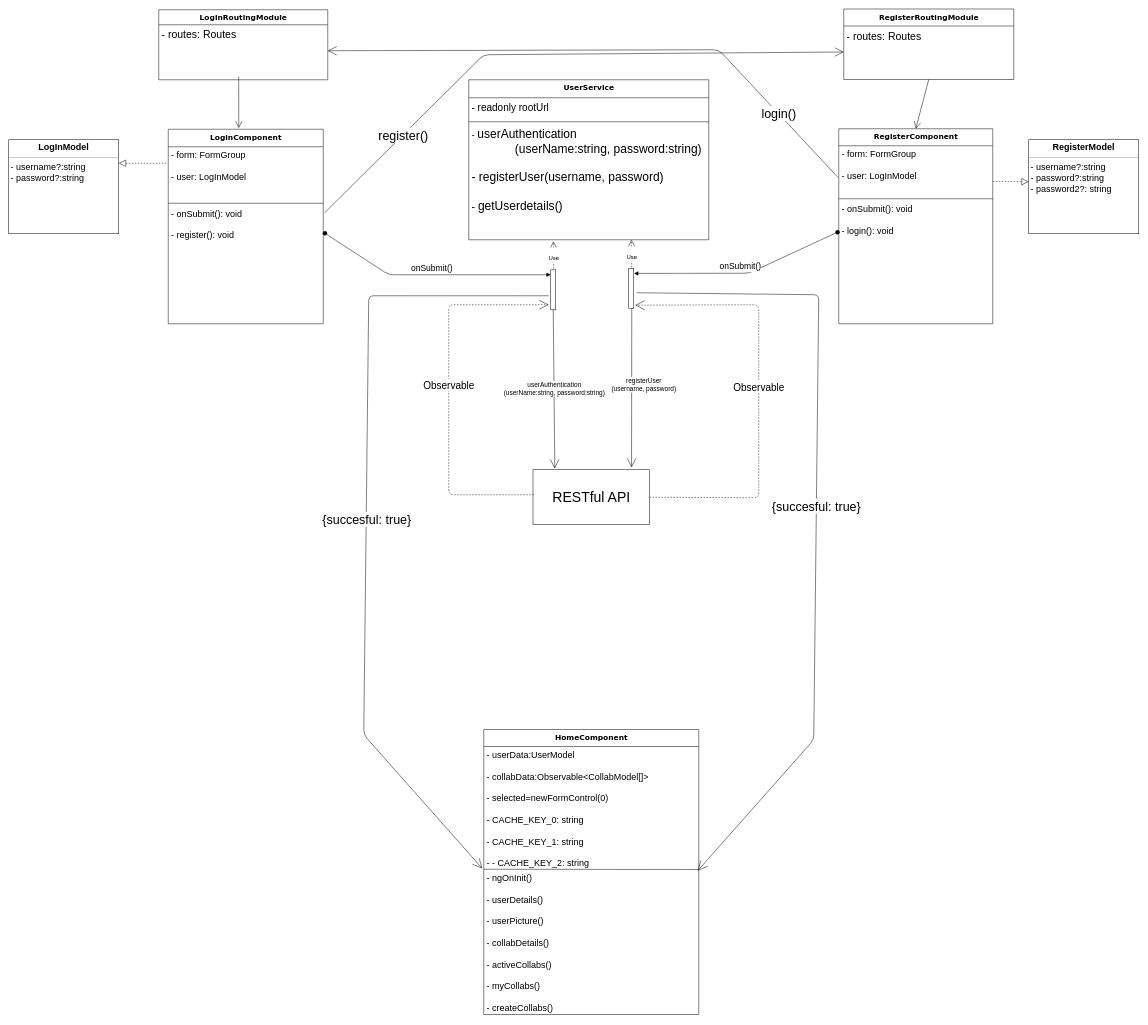
This is page "Page-2" (2 of 4) of Untitled Diagram.drawio from Ed1196/myList, a draw.io file, before an edit. Source tidied: cells renumbered, new cells numbered last; positions are measured from the earlier drawing's top-left corner, leaving out a move shared by most shapes. Both pictures are drawn from the tidied source at 50%, with x=0, y=0 at pixel (8, 8).
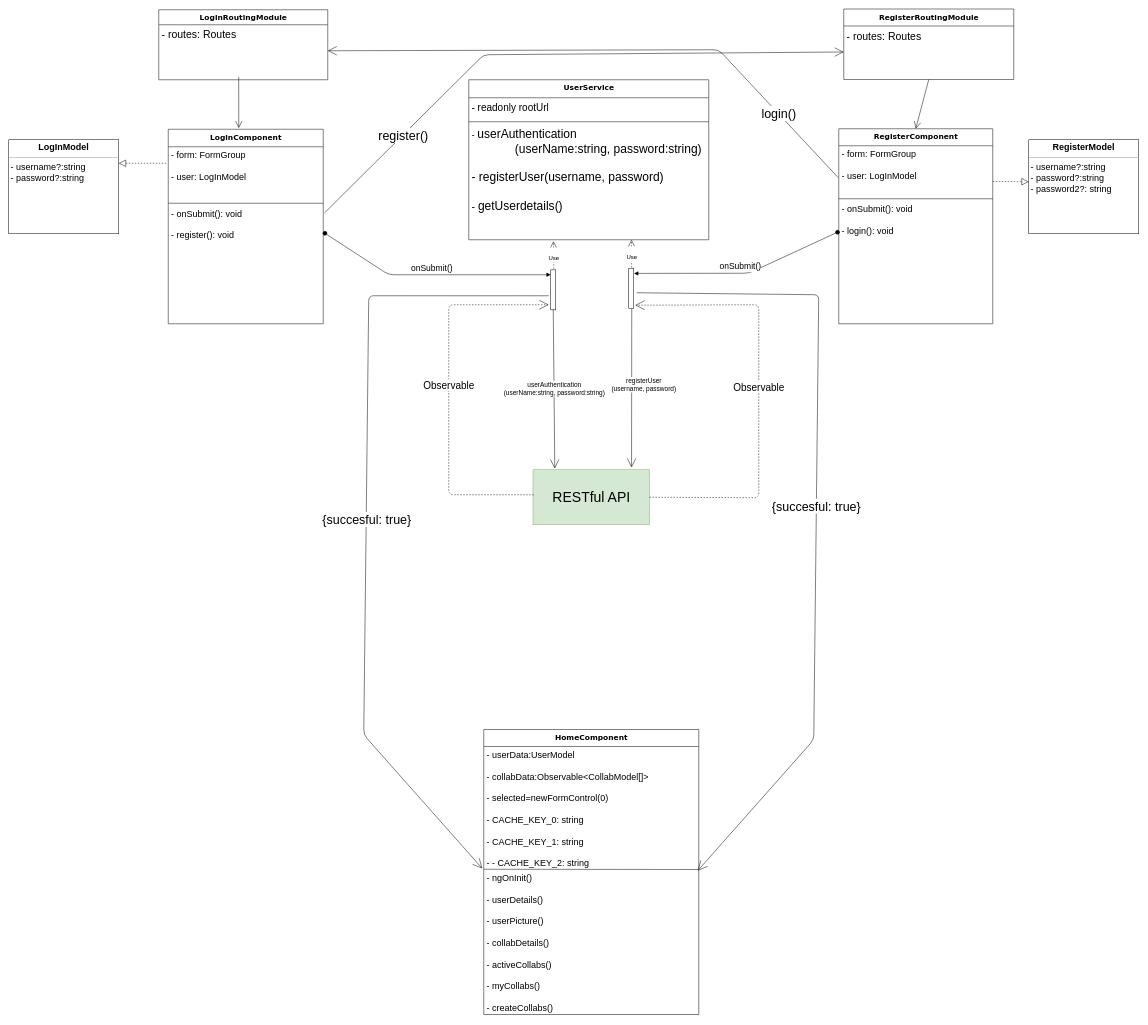
Above is the later version.

What changed in the source:
```diff
@@
-    <mxCell id="24" value="&lt;font style=&quot;font-size: 28px&quot;&gt;RESTful API&lt;/font&gt;" style="html=1;strokeWidth=1;fillColor=none;" parent="1" vertex="1">
+    <mxCell id="24" value="&lt;font style=&quot;font-size: 28px&quot;&gt;RESTful API&lt;/font&gt;" style="html=1;strokeWidth=1;fillColor=#d5e8d4;strokeColor=#82b366;" parent="1" vertex="1">
       <mxGeometry x="1048.5" y="922" width="233" height="110" as="geometry" />
     </mxCell>
```
